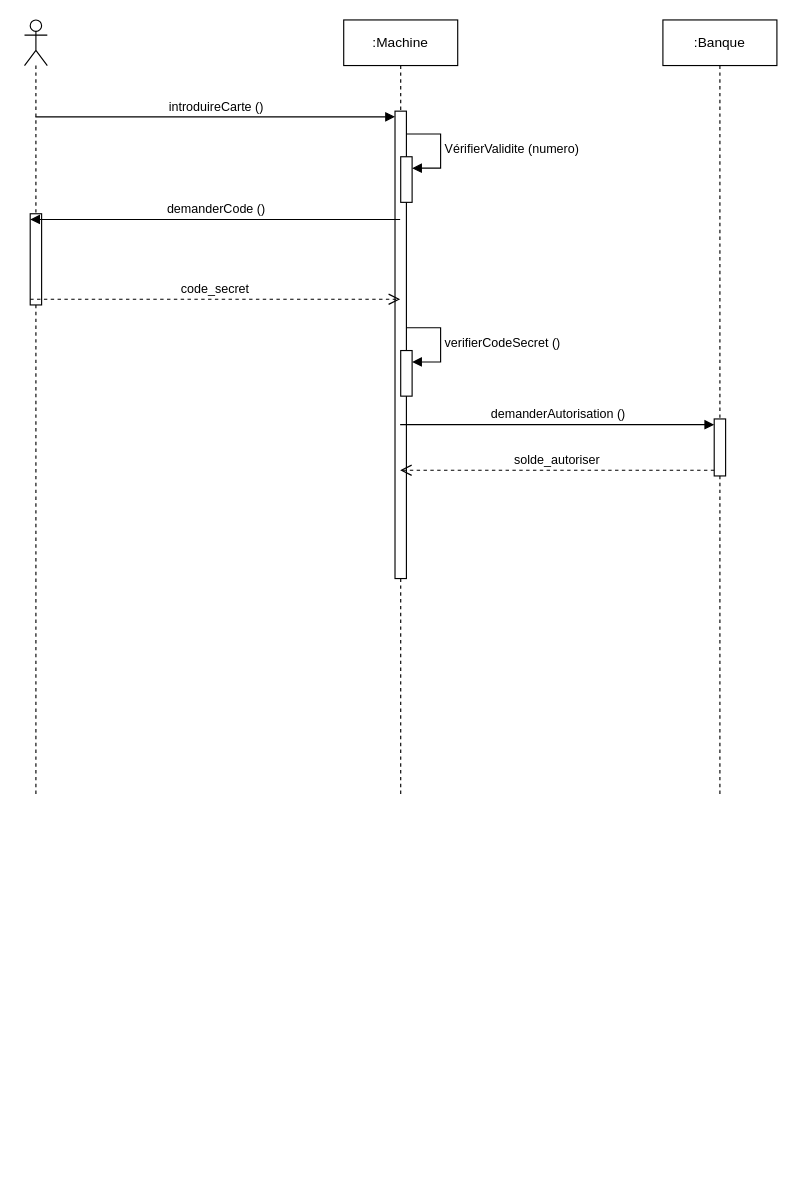
Mzk-Ali/EXO_M2I_UML keeps this draw.io diagram as TP4/TP_4_UML_Exercice_2.drawio. Above is the earlier version. Source tidied: cells renumbered, new cells numbered last; positions are measured from the earlier drawing's top-left corner, leaving out a move shared by most shapes. Both pictures are drawn from the tidied source at 114%, with x=0, y=0 at pixel (24, 19).
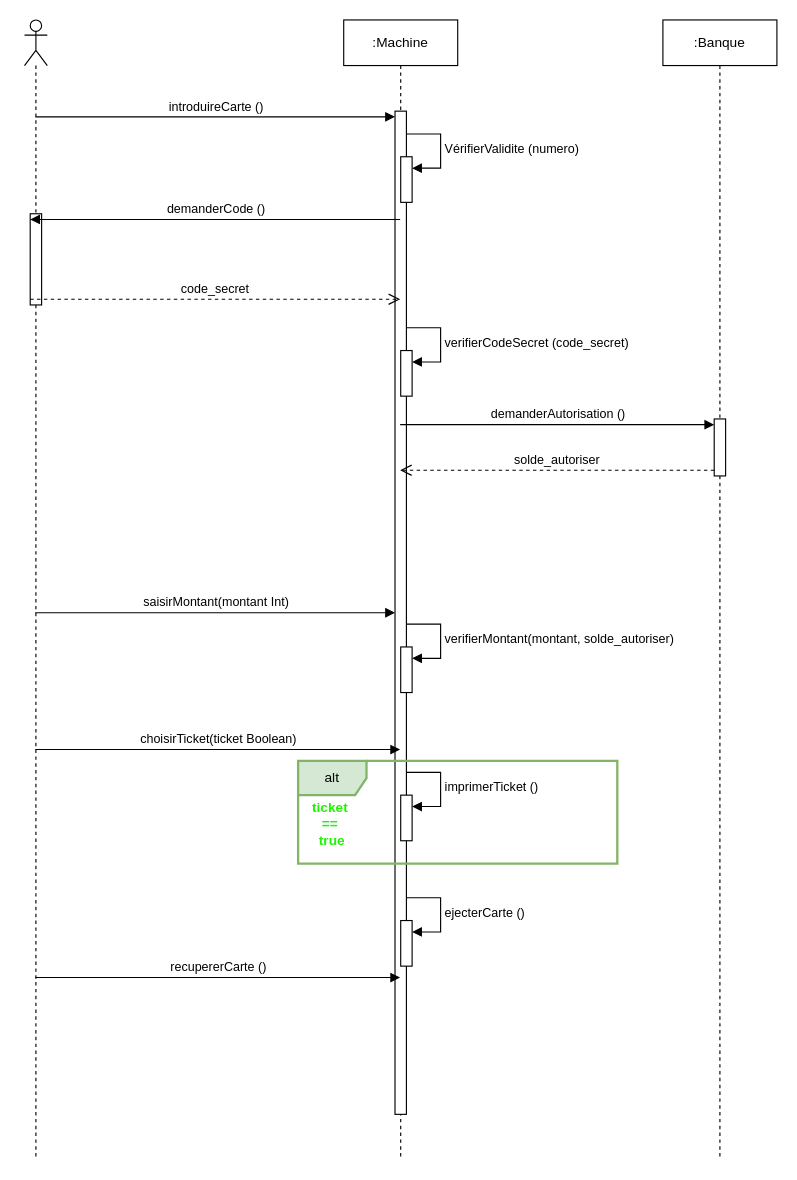
The same diagram, later.

Commit message (it also covers changes not shown here):
Mettre à jour TP_4_UML_Exercice_2.drawio

Unchanged cells that the change refers to:
```xml
<mxCell id="8" style="html=1;points=[[0,0,0,0,5],[0,1,0,0,-5],[1,0,0,0,5],[1,1,0,0,-5]];perimeter=orthogonalPerimeter;outlineConnect=0;targetShapes=umlLifeline;portConstraint=eastwest;newEdgeStyle={&quot;curved&quot;:0,&quot;rounded&quot;:0};" parent="4" vertex="1">
  <mxGeometry x="50" y="290" width="10" height="40" as="geometry" />
</mxCell>
```

What changed in the source:
```diff
@@
     <mxCell id="2" style="shape=umlLifeline;perimeter=lifelinePerimeter;whiteSpace=wrap;html=1;outlineConnect=0;portConstraint=eastwest;newEdgeStyle={&quot;curved&quot;:0,&quot;rounded&quot;:0};participant=umlActor;" parent="1" vertex="1">
-      <mxGeometry width="20" height="680" as="geometry" />
+      <mxGeometry width="20" height="1000" as="geometry" />
     </mxCell>
@@
     <mxCell id="4" value=":Machine" style="shape=umlLifeline;perimeter=lifelinePerimeter;whiteSpace=wrap;html=1;outlineConnect=0;portConstraint=eastwest;newEdgeStyle={&quot;curved&quot;:0,&quot;rounded&quot;:0};" parent="1" vertex="1">
-      <mxGeometry x="280" width="100" height="680" as="geometry" />
+      <mxGeometry x="280" width="100" height="1000" as="geometry" />
     </mxCell>
     <mxCell id="5" style="html=1;points=[[0,0,0,0,5],[0,1,0,0,-5],[1,0,0,0,5],[1,1,0,0,-5]];perimeter=orthogonalPerimeter;outlineConnect=0;targetShapes=umlLifeline;portConstraint=eastwest;newEdgeStyle={&quot;curved&quot;:0,&quot;rounded&quot;:0};" parent="4" vertex="1">
-      <mxGeometry x="45" y="80" width="10" height="410" as="geometry" />
+      <mxGeometry x="45" y="80" width="10" height="880" as="geometry" />
     </mxCell>
@@
-    <mxCell id="9" value="verifierCodeSecret ()" style="html=1;align=left;spacingLeft=2;endArrow=block;rounded=0;edgeStyle=orthogonalEdgeStyle;curved=0;rounded=0;" parent="4" edge="1" target="8">
+    <mxCell id="9" value="verifierCodeSecret (code_secret)" style="html=1;align=left;spacingLeft=2;endArrow=block;rounded=0;edgeStyle=orthogonalEdgeStyle;curved=0;rounded=0;" parent="4" edge="1" target="8">
       <mxGeometry relative="1" as="geometry">
         <mxPoint x="55" y="270" as="sourcePoint" />
         <Array as="points">
           <mxPoint x="85" y="300" />
         </Array>
       </mxGeometry>
     </mxCell>
+    <mxCell id="17" style="html=1;points=[[0,0,0,0,5],[0,1,0,0,-5],[1,0,0,0,5],[1,1,0,0,-5]];perimeter=orthogonalPerimeter;outlineConnect=0;targetShapes=umlLifeline;portConstraint=eastwest;newEdgeStyle={&quot;curved&quot;:0,&quot;rounded&quot;:0};" parent="4" vertex="1">
+      <mxGeometry x="50" y="550" width="10" height="40" as="geometry" />
+    </mxCell>
+    <mxCell id="18" value="verifierMontant(montant, solde_autoriser)&amp;nbsp;" style="html=1;align=left;spacingLeft=2;endArrow=block;rounded=0;edgeStyle=orthogonalEdgeStyle;curved=0;rounded=0;" parent="4" edge="1" target="17">
+      <mxGeometry relative="1" as="geometry">
+        <mxPoint x="55" y="530" as="sourcePoint" />
+        <Array as="points">
+          <mxPoint x="85" y="560" />
+        </Array>
+      </mxGeometry>
+    </mxCell>
+    <mxCell id="19" style="html=1;points=[[0,0,0,0,5],[0,1,0,0,-5],[1,0,0,0,5],[1,1,0,0,-5]];perimeter=orthogonalPerimeter;outlineConnect=0;targetShapes=umlLifeline;portConstraint=eastwest;newEdgeStyle={&quot;curved&quot;:0,&quot;rounded&quot;:0};" parent="4" vertex="1">
+      <mxGeometry x="50" y="680" width="10" height="40" as="geometry" />
+    </mxCell>
+    <mxCell id="20" value="imprimerTicket ()" style="html=1;align=left;spacingLeft=2;endArrow=block;rounded=0;edgeStyle=orthogonalEdgeStyle;curved=0;rounded=0;" parent="4" edge="1" target="19">
+      <mxGeometry relative="1" as="geometry">
+        <mxPoint x="55" y="660" as="sourcePoint" />
+        <Array as="points">
+          <mxPoint x="85" y="690" />
+        </Array>
+      </mxGeometry>
+    </mxCell>
+    <mxCell id="21" style="html=1;points=[[0,0,0,0,5],[0,1,0,0,-5],[1,0,0,0,5],[1,1,0,0,-5]];perimeter=orthogonalPerimeter;outlineConnect=0;targetShapes=umlLifeline;portConstraint=eastwest;newEdgeStyle={&quot;curved&quot;:0,&quot;rounded&quot;:0};" parent="4" vertex="1">
+      <mxGeometry x="50" y="790" width="10" height="40" as="geometry" />
+    </mxCell>
+    <mxCell id="22" value="ejecterCarte ()" style="html=1;align=left;spacingLeft=2;endArrow=block;rounded=0;edgeStyle=orthogonalEdgeStyle;curved=0;rounded=0;" parent="4" edge="1" target="21">
+      <mxGeometry relative="1" as="geometry">
+        <mxPoint x="55" y="770" as="sourcePoint" />
+        <Array as="points">
+          <mxPoint x="85" y="800" />
+        </Array>
+      </mxGeometry>
+    </mxCell>
     <mxCell id="10" value=":Banque" style="shape=umlLifeline;perimeter=lifelinePerimeter;whiteSpace=wrap;html=1;newEdgeStyle={&quot;curved&quot;:0,&quot;rounded&quot;:0};" parent="1" vertex="1">
-      <mxGeometry x="560" width="100" height="680" as="geometry" />
+      <mxGeometry x="560" width="100" height="1000" as="geometry" />
     </mxCell>
@@
+    <mxCell id="23" value="saisirMontant(montant Int)" style="html=1;verticalAlign=bottom;endArrow=block;curved=0;rounded=0;" parent="1" edge="1">
+      <mxGeometry relative="1" as="geometry">
+        <mxPoint x="9.5" y="520" as="sourcePoint" />
+        <mxPoint x="325" y="520" as="targetPoint" />
+      </mxGeometry>
+    </mxCell>
+    <mxCell id="24" value="choisirTicket(ticket Boolean)" style="html=1;verticalAlign=bottom;endArrow=block;curved=0;rounded=0;" parent="1" edge="1">
+      <mxGeometry relative="1" as="geometry">
+        <mxPoint x="9.5" y="640" as="sourcePoint" />
+        <mxPoint x="329.5" y="640" as="targetPoint" />
+      </mxGeometry>
+    </mxCell>
+    <mxCell id="25" value="alt" style="shape=umlFrame;whiteSpace=wrap;html=1;fillColor=#d5e8d4;strokeColor=#82b366;strokeWidth=2;" parent="1" vertex="1">
+      <mxGeometry x="240" y="650" width="280" height="90" as="geometry" />
+    </mxCell>
+    <mxCell id="26" value="&lt;font style=&quot;color: light-dark(rgb(29, 245, 0), rgb(237, 237, 237));&quot;&gt;&lt;b&gt;ticket&amp;nbsp;&lt;/b&gt;&lt;/font&gt;&lt;div&gt;&lt;font style=&quot;color: light-dark(rgb(29, 245, 0), rgb(237, 237, 237));&quot;&gt;&lt;b&gt;==&amp;nbsp;&lt;/b&gt;&lt;/font&gt;&lt;/div&gt;&lt;div&gt;&lt;font style=&quot;color: light-dark(rgb(29, 245, 0), rgb(237, 237, 237));&quot;&gt;&lt;b&gt;true&lt;/b&gt;&lt;/font&gt;&lt;/div&gt;" style="text;html=1;align=center;verticalAlign=middle;whiteSpace=wrap;rounded=0;" parent="1" vertex="1">
+      <mxGeometry x="240" y="690" width="60" height="30" as="geometry" />
+    </mxCell>
+    <mxCell id="27" value="recupererCarte ()" style="html=1;verticalAlign=bottom;endArrow=block;curved=0;rounded=0;" parent="1" edge="1">
+      <mxGeometry relative="1" as="geometry">
+        <mxPoint x="9.5" y="840" as="sourcePoint" />
+        <mxPoint x="329.5" y="840" as="targetPoint" />
+      </mxGeometry>
+    </mxCell>
```
